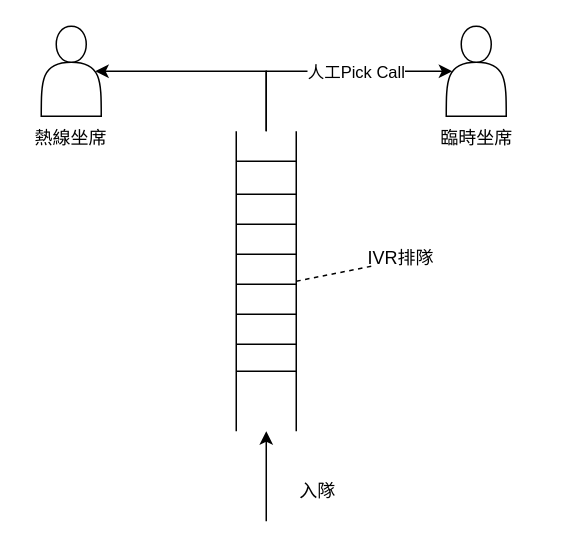
Above: 未命名绘图.drawio in 2571788183/- (draw.io), before the change. Source tidied: cells renumbered, new cells numbered last; positions are measured from the earlier drawing's top-left corner, leaving out a move shared by most shapes. Both pictures are drawn from the tidied source at 150%, with x=0, y=0 at pixel (26, 26).
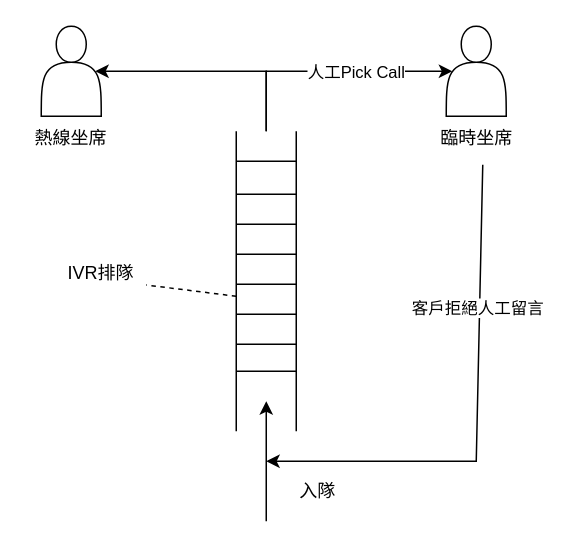
The same page after the edit.

Commit message (it also covers changes not shown here):
更新未命名绘图.drawio

The change refers to these unchanged cells:
```xml
<mxCell id="21" value="臨時坐席" style="text;html=1;align=center;verticalAlign=middle;points=[];strokeColor=none;fillColor=none;" parent="1" vertex="1">
  <mxGeometry x="265" y="60" width="70" height="30" as="geometry" />
</mxCell>
```

Diff of the diagram source:
```diff
@@
-    <mxCell id="17" style="endArrow=none;dashed=1;html=1;rounded=0;" parent="1" edge="1">
+    <mxCell id="17" style="endArrow=none;dashed=1;html=1;rounded=0;entryX=1;entryY=0.75;entryDx=0;entryDy=0;" parent="1" edge="1" target="18">
       <mxGeometry relative="1" as="geometry">
-        <mxPoint x="180" y="170" as="sourcePoint" />
-        <mxPoint x="230" y="160" as="targetPoint" />
+        <mxPoint x="140" y="180" as="sourcePoint" />
       </mxGeometry>
     </mxCell>
     <mxCell id="18" value="IVR排隊" style="text;html=1;strokeColor=none;fillColor=none;align=center;verticalAlign=middle;whiteSpace=wrap;rounded=0;" parent="1" vertex="1">
-      <mxGeometry x="220" y="140" width="60" height="30" as="geometry" />
+      <mxGeometry x="20" y="150" width="60" height="30" as="geometry" />
     </mxCell>
@@
     <mxCell id="22" style="endArrow=classic;html=1;rounded=0;" parent="1" edge="1">
       <mxGeometry relative="1" as="geometry">
         <mxPoint x="160" y="330" as="sourcePoint" />
-        <mxPoint x="160" y="270" as="targetPoint" />
+        <mxPoint x="160" y="250" as="targetPoint" />
       </mxGeometry>
     </mxCell>
+    <mxCell id="23" style="endArrow=classic;html=1;rounded=0;exitX=0.562;exitY=1.078;exitDx=0;exitDy=0;exitPerimeter=0;" parent="1" edge="1" source="21">
+      <mxGeometry relative="1" as="geometry">
+        <mxPoint x="160" y="290" as="targetPoint" />
+        <Array as="points">
+          <mxPoint x="300" y="290" />
+        </Array>
+      </mxGeometry>
+    </mxCell>
+    <mxCell id="24" value="客戶拒絕人工留言" style="edgeLabel;html=1;align=center;verticalAlign=middle;" parent="23" vertex="1">
+      <mxGeometry x="-0.44" y="-4" relative="1" as="geometry">
+        <mxPoint x="2" as="offset" />
+      </mxGeometry>
+    </mxCell>
```
